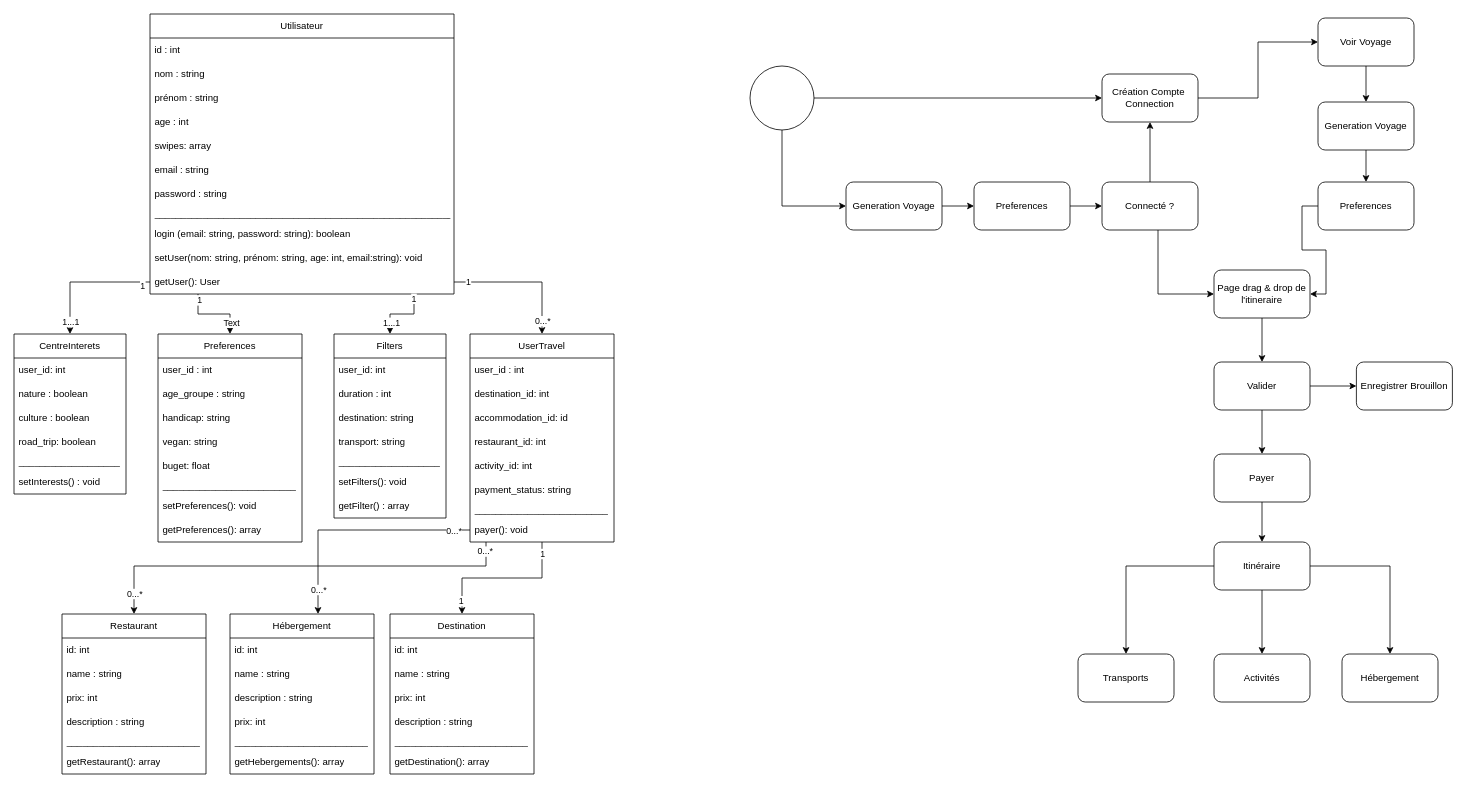
Before: diag-conception-tech-fonct.drawio in NicksEdits/diagram_docker, a draw.io diagram. Source tidied: cells renumbered, new cells numbered last; positions are measured from the earlier drawing's top-left corner, leaving out a move shared by most shapes. Both pictures are drawn from the tidied source at 80%, with x=0, y=0 at pixel (14, 14).
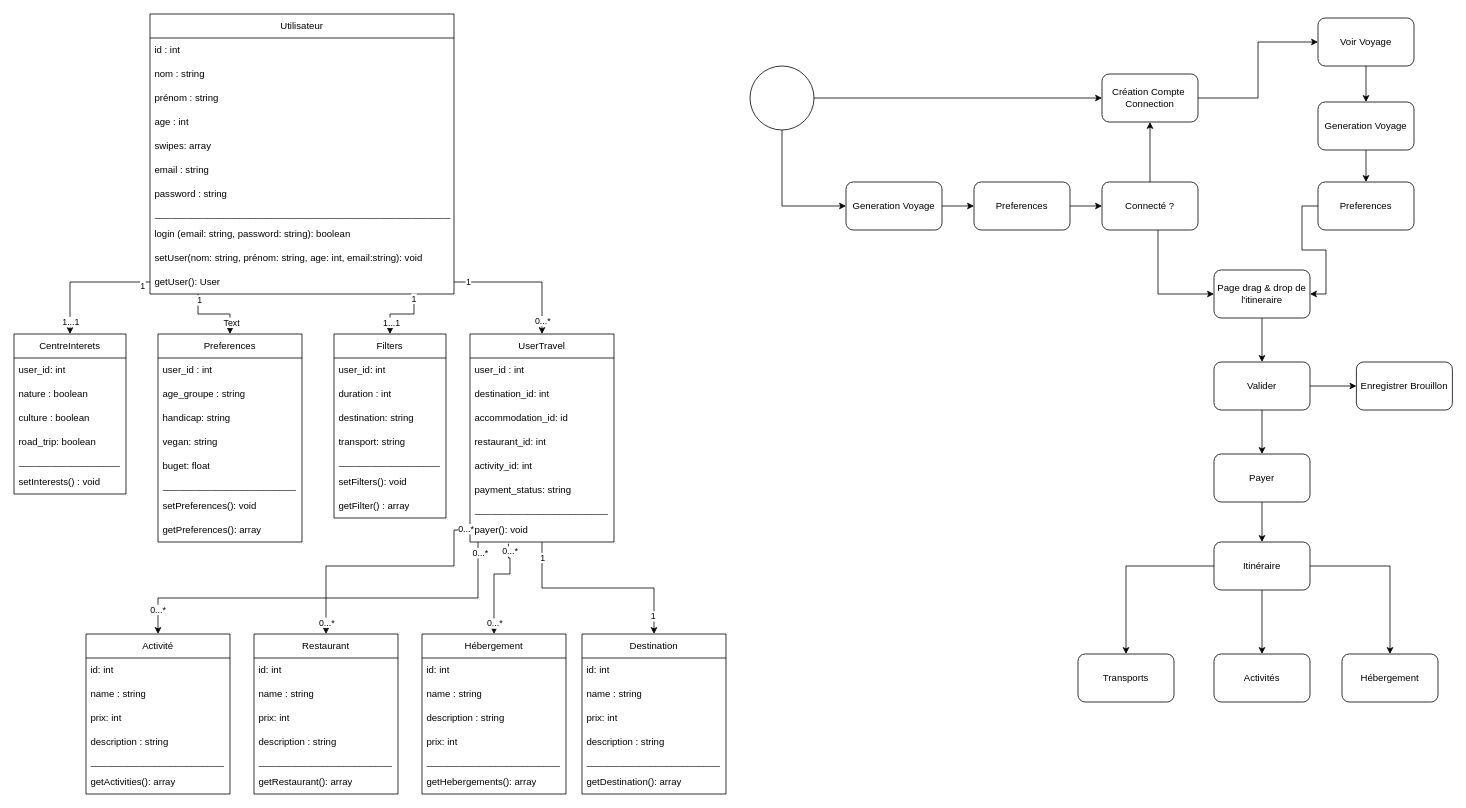
After the change.

Commit message:
Mettre à jour diag-conception-tech-fonct.drawio

The change refers to these unchanged cells:
```xml
<mxCell id="41" value="UserTravel" style="swimlane;fontStyle=0;horizontal=1;startSize=30;whiteSpace=wrap;html=1;" parent="1" vertex="1">
  <mxGeometry x="570" y="400" width="180" height="260" as="geometry" />
</mxCell>
<mxCell id="49" value="payer(): void" style="text;strokeColor=none;fillColor=none;align=left;verticalAlign=middle;spacingLeft=4;spacingRight=4;overflow=hidden;points=[[0,0.5],[1,0.5]];portConstraint=eastwest;whiteSpace=wrap;html=1;" parent="41" vertex="1">
  <mxGeometry y="230" width="180" height="30" as="geometry" />
</mxCell>
```

What changed in the source:
```diff
@@
+    <mxCell id="122" style="edgeStyle=orthogonalEdgeStyle;rounded=0;jettySize=auto;html=1;entryX=0.5;entryY=0;entryDx=0;entryDy=0;" parent="1" edge="1" source="41" target="125">
+      <mxGeometry relative="1" as="geometry">
+        <Array as="points">
+          <mxPoint x="580" y="730" />
+          <mxPoint x="180" y="730" />
+        </Array>
+      </mxGeometry>
+    </mxCell>
+    <mxCell id="123" value="0...*" style="edgeLabel;html=1;align=center;verticalAlign=middle;" parent="122" vertex="1">
+      <mxGeometry x="-0.95" y="2" relative="1" as="geometry" />
+    </mxCell>
+    <mxCell id="124" value="0...*" style="edgeLabel;html=1;align=center;verticalAlign=middle;" parent="122" vertex="1">
+      <mxGeometry x="0.88" y="-1" relative="1" as="geometry" />
+    </mxCell>
@@
     <mxCell id="50" value="Restaurant" style="swimlane;fontStyle=0;horizontal=1;startSize=30;whiteSpace=wrap;html=1;" parent="1" vertex="1">
-      <mxGeometry x="60" y="750" width="180" height="200" as="geometry" />
+      <mxGeometry x="300" y="775" width="180" height="200" as="geometry" />
     </mxCell>
@@
     <mxCell id="57" value="Hébergement" style="swimlane;fontStyle=0;horizontal=1;startSize=30;whiteSpace=wrap;html=1;" parent="1" vertex="1">
-      <mxGeometry x="270" y="750" width="180" height="200" as="geometry" />
+      <mxGeometry x="510" y="775" width="180" height="200" as="geometry" />
     </mxCell>
@@
     <mxCell id="64" value="Destination" style="swimlane;fontStyle=0;horizontal=1;startSize=30;whiteSpace=wrap;html=1;" parent="1" vertex="1">
-      <mxGeometry x="470" y="750" width="180" height="200" as="geometry" />
+      <mxGeometry x="710" y="775" width="180" height="200" as="geometry" />
     </mxCell>
@@
-    <mxCell id="83" style="edgeStyle=orthogonalEdgeStyle;rounded=0;jettySize=auto;html=1;" parent="1" edge="1" target="57">
+    <mxCell id="83" style="edgeStyle=orthogonalEdgeStyle;rounded=0;jettySize=auto;html=1;exitX=0.267;exitY=1.07;exitDx=0;exitDy=0;exitPerimeter=0;" parent="1" edge="1" source="49" target="57">
       <mxGeometry relative="1" as="geometry">
-        <mxPoint x="570" y="645" as="sourcePoint" />
         <Array as="points">
-          <mxPoint x="380" y="645" />
+          <mxPoint x="618" y="680" />
+          <mxPoint x="620" y="680" />
+          <mxPoint x="620" y="700" />
+          <mxPoint x="600" y="700" />
         </Array>
       </mxGeometry>
     </mxCell>
@@
     <mxCell id="86" style="edgeStyle=orthogonalEdgeStyle;rounded=0;jettySize=auto;html=1;entryX=0.5;entryY=0;entryDx=0;entryDy=0;" parent="1" edge="1" source="49" target="50">
       <mxGeometry relative="1" as="geometry">
         <Array as="points">
-          <mxPoint x="590" y="690" />
-          <mxPoint x="150" y="690" />
+          <mxPoint x="550" y="645" />
+          <mxPoint x="550" y="690" />
+          <mxPoint x="390" y="690" />
         </Array>
       </mxGeometry>
     </mxCell>
@@
+    <mxCell id="125" value="Activité" style="swimlane;fontStyle=0;horizontal=1;startSize=30;whiteSpace=wrap;html=1;" parent="1" vertex="1">
+      <mxGeometry x="90" y="775" width="180" height="200" as="geometry" />
+    </mxCell>
+    <mxCell id="126" value="id: int" style="text;strokeColor=none;fillColor=none;align=left;verticalAlign=middle;spacingLeft=4;spacingRight=4;overflow=hidden;whiteSpace=wrap;html=1;" parent="125" vertex="1">
+      <mxGeometry y="30" width="180" height="30" as="geometry" />
+    </mxCell>
+    <mxCell id="127" value="name : string" style="text;strokeColor=none;fillColor=none;align=left;verticalAlign=middle;spacingLeft=4;spacingRight=4;overflow=hidden;whiteSpace=wrap;html=1;" parent="125" vertex="1">
+      <mxGeometry y="60" width="180" height="30" as="geometry" />
+    </mxCell>
+    <mxCell id="128" value="prix: int" style="text;strokeColor=none;fillColor=none;align=left;verticalAlign=middle;spacingLeft=4;spacingRight=4;overflow=hidden;whiteSpace=wrap;html=1;" parent="125" vertex="1">
+      <mxGeometry y="90" width="180" height="30" as="geometry" />
+    </mxCell>
+    <mxCell id="129" value="description : string" style="text;strokeColor=none;fillColor=none;align=left;verticalAlign=middle;spacingLeft=4;spacingRight=4;overflow=hidden;whiteSpace=wrap;html=1;" parent="125" vertex="1">
+      <mxGeometry y="120" width="180" height="30" as="geometry" />
+    </mxCell>
+    <mxCell id="130" value="_________________________" style="text;strokeColor=none;fillColor=none;align=left;verticalAlign=middle;spacingLeft=4;spacingRight=4;overflow=hidden;whiteSpace=wrap;html=1;" parent="125" vertex="1">
+      <mxGeometry y="150" width="180" height="20" as="geometry" />
+    </mxCell>
+    <mxCell id="131" value="getActivities(): array" style="text;strokeColor=none;fillColor=none;align=left;verticalAlign=middle;spacingLeft=4;spacingRight=4;overflow=hidden;whiteSpace=wrap;html=1;" parent="125" vertex="1">
+      <mxGeometry y="170" width="180" height="30" as="geometry" />
+    </mxCell>
```
